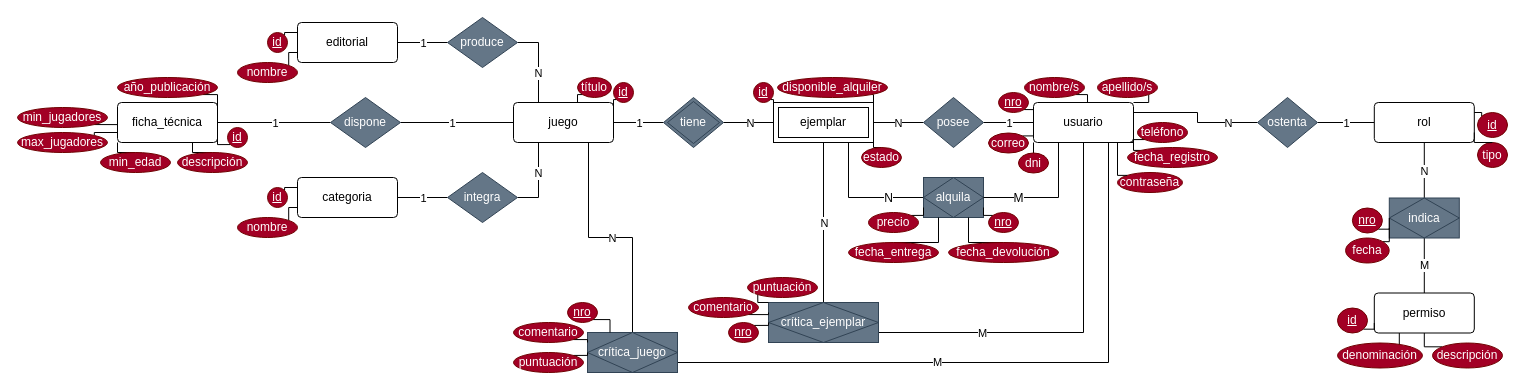
SancLucas/Vuelta-al-Tablero keeps this draw.io diagram as DER-Vuelta-al-Tablero.drawio. Above is the earlier version. Source tidied: cells renumbered, new cells numbered last; positions are measured from the earlier drawing's top-left corner, leaving out a move shared by most shapes. Both pictures are drawn from the tidied source at 100%, with x=0, y=0 at pixel (17, 17).
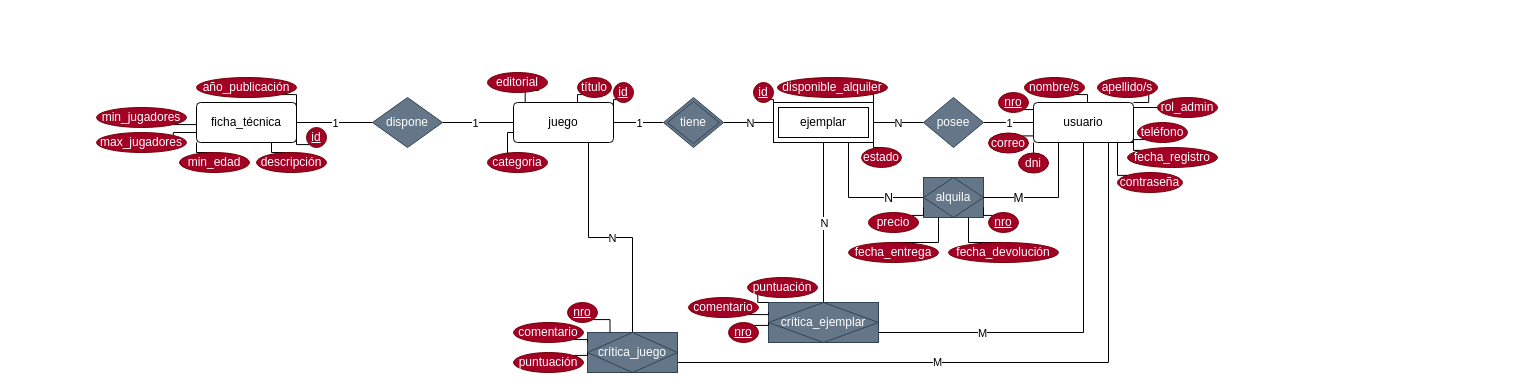
Above is the later version.

Commit message (it also covers changes not shown here):
Rol, editorial y categoria como atributos

Unchanged cells that the change refers to:
```xml
<mxCell id="6" value="juego" style="rounded=1;arcSize=10;whiteSpace=wrap;html=1;align=center;" parent="1" vertex="1">
  <mxGeometry x="496" y="85" width="100" height="40" as="geometry" />
</mxCell>
<mxCell id="9" value="usuario" style="rounded=1;arcSize=10;whiteSpace=wrap;html=1;align=center;" parent="1" vertex="1">
  <mxGeometry x="1016" y="85" width="100" height="40" as="geometry" />
</mxCell>
```

What changed in the source:
```diff
@@
-    <mxCell id="4" style="edgeStyle=orthogonalEdgeStyle;rounded=0;jettySize=auto;html=1;exitX=0.25;exitY=1;exitDx=0;exitDy=0;entryX=1;entryY=0.5;entryDx=0;entryDy=0;endArrow=none;endFill=0;" parent="1" edge="1" source="6" target="81">
-      <mxGeometry relative="1" as="geometry" />
-    </mxCell>
-    <mxCell id="5" value="N" style="edgeLabel;html=1;align=center;verticalAlign=middle;" parent="4" vertex="1">
-      <mxGeometry x="-0.35" y="1" relative="1" as="geometry">
-        <mxPoint x="-2" y="5" as="offset" />
-      </mxGeometry>
-    </mxCell>
@@
-    <mxCell id="7" style="edgeStyle=orthogonalEdgeStyle;rounded=0;jettySize=auto;html=1;exitX=1;exitY=0.25;exitDx=0;exitDy=0;entryX=0;entryY=0.5;entryDx=0;entryDy=0;endArrow=none;endFill=0;" parent="1" edge="1" source="9" target="117">
-      <mxGeometry relative="1" as="geometry">
-        <Array as="points">
-          <mxPoint x="1180" y="95" />
-          <mxPoint x="1180" y="105" />
-        </Array>
-      </mxGeometry>
-    </mxCell>
-    <mxCell id="8" value="N" style="edgeLabel;html=1;align=center;verticalAlign=middle;" parent="7" vertex="1">
-      <mxGeometry x="0.51" y="-1" relative="1" as="geometry">
-        <mxPoint x="3" y="-1" as="offset" />
-      </mxGeometry>
-    </mxCell>
@@
-    <mxCell id="10" style="edgeStyle=orthogonalEdgeStyle;rounded=0;jettySize=auto;html=1;exitX=1;exitY=0.5;exitDx=0;exitDy=0;entryX=0;entryY=0.5;entryDx=0;entryDy=0;endArrow=none;endFill=0;" parent="1" edge="1" source="12" target="41">
-      <mxGeometry relative="1" as="geometry" />
-    </mxCell>
-    <mxCell id="11" value="1" style="edgeLabel;html=1;align=center;verticalAlign=middle;" parent="10" vertex="1">
-      <mxGeometry relative="1" as="geometry" />
-    </mxCell>
-    <mxCell id="12" value="editorial" style="rounded=1;arcSize=10;whiteSpace=wrap;html=1;align=center;" parent="1" vertex="1">
-      <mxGeometry x="280" y="5" width="100" height="40" as="geometry" />
-    </mxCell>
-    <mxCell id="13" value="categoria" style="rounded=1;arcSize=10;whiteSpace=wrap;html=1;align=center;" parent="1" vertex="1">
-      <mxGeometry x="280" y="160" width="100" height="40" as="geometry" />
-    </mxCell>
@@
-    <mxCell id="20" style="edgeStyle=orthogonalEdgeStyle;rounded=0;jettySize=auto;html=1;exitX=0;exitY=0.5;exitDx=0;exitDy=0;entryX=1;entryY=0.5;entryDx=0;entryDy=0;endArrow=none;endFill=0;" parent="1" edge="1" source="81" target="13">
-      <mxGeometry relative="1" as="geometry" />
-    </mxCell>
-    <mxCell id="21" value="1" style="edgeLabel;html=1;align=center;verticalAlign=middle;" parent="20" vertex="1">
-      <mxGeometry x="-0.12" relative="1" as="geometry">
-        <mxPoint x="-3" as="offset" />
-      </mxGeometry>
-    </mxCell>
@@
-    <mxCell id="25" style="edgeStyle=orthogonalEdgeStyle;rounded=0;jettySize=auto;html=1;exitX=1;exitY=0.5;exitDx=0;exitDy=0;endArrow=none;endFill=0;entryX=0.25;entryY=0;entryDx=0;entryDy=0;" parent="1" edge="1" source="41" target="6">
-      <mxGeometry relative="1" as="geometry" />
-    </mxCell>
-    <mxCell id="26" value="N" style="edgeLabel;html=1;align=center;verticalAlign=middle;" parent="25" vertex="1">
-      <mxGeometry x="-0.49" relative="1" as="geometry">
-        <mxPoint x="-1" y="30" as="offset" />
-      </mxGeometry>
-    </mxCell>
@@
     <mxCell id="32" value="ficha_técnica" style="rounded=1;arcSize=10;whiteSpace=wrap;html=1;align=center;" parent="1" vertex="1">
-      <mxGeometry x="100" y="85" width="100" height="40" as="geometry" />
+      <mxGeometry x="179" y="85" width="100" height="40" as="geometry" />
     </mxCell>
@@
-    <mxCell id="41" value="&lt;span style=&quot;&quot;&gt;produce&lt;/span&gt;" style="shape=rhombus;perimeter=rhombusPerimeter;whiteSpace=wrap;html=1;align=center;fillColor=#647687;fontColor=light-dark(#FFFFFF,#000000);strokeColor=light-dark(#314354,#000000);" parent="1" vertex="1">
-      <mxGeometry x="430" width="70" height="50" as="geometry" />
-    </mxCell>
     <mxCell id="42" value="&lt;span style=&quot;&quot;&gt;dispone&lt;/span&gt;" style="shape=rhombus;perimeter=rhombusPerimeter;whiteSpace=wrap;html=1;align=center;fillColor=#647687;fontColor=light-dark(#FFFFFF,#000000);strokeColor=light-dark(#314354,#000000);" parent="1" vertex="1">
-      <mxGeometry x="313" y="80" width="70" height="50" as="geometry" />
+      <mxGeometry x="355" y="80" width="70" height="50" as="geometry" />
     </mxCell>
@@
-    <mxCell id="49" style="edgeStyle=orthogonalEdgeStyle;rounded=0;jettySize=auto;html=1;exitX=1;exitY=0;exitDx=0;exitDy=0;entryX=0;entryY=0.25;entryDx=0;entryDy=0;endArrow=none;endFill=0;" parent="1" edge="1" source="50" target="12">
-      <mxGeometry relative="1" as="geometry">
-        <Array as="points">
-          <mxPoint x="267.1" y="15" />
-        </Array>
-      </mxGeometry>
-    </mxCell>
-    <mxCell id="50" value="id" style="ellipse;whiteSpace=wrap;html=1;align=center;fontStyle=4;fillColor=#a20025;fontColor=#ffffff;strokeColor=#6F0000;" parent="1" vertex="1">
-      <mxGeometry x="250" y="15" width="20" height="20" as="geometry" />
-    </mxCell>
-    <mxCell id="51" style="edgeStyle=orthogonalEdgeStyle;rounded=0;jettySize=auto;html=1;exitX=1;exitY=0;exitDx=0;exitDy=0;entryX=0;entryY=0.75;entryDx=0;entryDy=0;endArrow=none;endFill=0;" parent="1" edge="1" source="52" target="12">
+    <mxCell id="51" style="edgeStyle=orthogonalEdgeStyle;rounded=0;jettySize=auto;html=1;exitX=1;exitY=0;exitDx=0;exitDy=0;entryX=0.117;entryY=0.01;entryDx=0;entryDy=0;endArrow=none;endFill=0;entryPerimeter=0;" parent="1" edge="1" source="52" target="6">
       <mxGeometry relative="1" as="geometry">
         <Array as="points">
-          <mxPoint x="271.3" y="35" />
+          <mxPoint x="507.7" y="72.9" />
         </Array>
       </mxGeometry>
     </mxCell>
-    <mxCell id="52" value="nombre" style="ellipse;whiteSpace=wrap;html=1;align=center;fillColor=#a20025;fontColor=#ffffff;strokeColor=#6F0000;" parent="1" vertex="1">
-      <mxGeometry x="220" y="45" width="60" height="20" as="geometry" />
+    <mxCell id="52" value="editorial" style="ellipse;whiteSpace=wrap;html=1;align=center;fillColor=#a20025;fontColor=#ffffff;strokeColor=#6F0000;" parent="1" vertex="1">
+      <mxGeometry x="470" y="55" width="60" height="20" as="geometry" />
     </mxCell>
-    <mxCell id="53" style="edgeStyle=orthogonalEdgeStyle;rounded=0;jettySize=auto;html=1;exitX=1;exitY=0;exitDx=0;exitDy=0;entryX=0;entryY=0.25;entryDx=0;entryDy=0;endArrow=none;endFill=0;" parent="1" edge="1" source="54" target="13">
-      <mxGeometry relative="1" as="geometry">
-        <Array as="points">
-          <mxPoint x="267.1" y="170" />
-        </Array>
-      </mxGeometry>
-    </mxCell>
-    <mxCell id="54" value="id" style="ellipse;whiteSpace=wrap;html=1;align=center;fontStyle=4;fillColor=#a20025;fontColor=#ffffff;strokeColor=#6F0000;" parent="1" vertex="1">
-      <mxGeometry x="250" y="170" width="20" height="20" as="geometry" />
-    </mxCell>
-    <mxCell id="55" style="edgeStyle=orthogonalEdgeStyle;rounded=0;jettySize=auto;html=1;exitX=1;exitY=0;exitDx=0;exitDy=0;entryX=0;entryY=0.75;entryDx=0;entryDy=0;endArrow=none;endFill=0;" parent="1" edge="1" source="56" target="13">
-      <mxGeometry relative="1" as="geometry">
+    <mxCell id="55" style="edgeStyle=orthogonalEdgeStyle;rounded=0;jettySize=auto;html=1;exitX=0.5;exitY=0;exitDx=0;exitDy=0;entryX=0;entryY=0.75;entryDx=0;entryDy=0;endArrow=none;endFill=0;" parent="1" edge="1" source="56" target="6">
+      <mxGeometry x="-0.47" relative="1" as="geometry">
         <Array as="points">
-          <mxPoint x="271.3" y="190" />
+          <mxPoint x="490" y="150" />
+          <mxPoint x="490" y="115" />
         </Array>
       </mxGeometry>
     </mxCell>
-    <mxCell id="56" value="nombre" style="ellipse;whiteSpace=wrap;html=1;align=center;fillColor=#a20025;fontColor=#ffffff;strokeColor=#6F0000;" parent="1" vertex="1">
-      <mxGeometry x="220" y="200" width="60" height="20" as="geometry" />
+    <mxCell id="56" value="categoria" style="ellipse;whiteSpace=wrap;html=1;align=center;fillColor=#a20025;fontColor=#ffffff;strokeColor=#6F0000;" parent="1" vertex="1">
+      <mxGeometry x="470" y="135" width="60" height="20" as="geometry" />
     </mxCell>
@@
-    <mxCell id="81" value="&lt;span style=&quot;&quot;&gt;integra&lt;/span&gt;" style="shape=rhombus;perimeter=rhombusPerimeter;whiteSpace=wrap;html=1;align=center;fillColor=#647687;fontColor=light-dark(#FFFFFF,#000000);strokeColor=light-dark(#314354,#000000);" parent="1" vertex="1">
-      <mxGeometry x="430" y="155" width="70" height="50" as="geometry" />
-    </mxCell>
@@
     <mxCell id="104" value="año_publicación" style="ellipse;whiteSpace=wrap;html=1;align=center;fillColor=#a20025;fontColor=#ffffff;strokeColor=#6F0000;" parent="1" vertex="1">
-      <mxGeometry x="100" y="60" width="100" height="20" as="geometry" />
+      <mxGeometry x="179" y="60" width="100" height="20" as="geometry" />
     </mxCell>
@@
     <mxCell id="106" value="descripción" style="ellipse;whiteSpace=wrap;html=1;align=center;fillColor=#a20025;fontColor=#ffffff;strokeColor=#6F0000;" parent="1" vertex="1">
-      <mxGeometry x="160" y="135" width="70" height="20" as="geometry" />
+      <mxGeometry x="239" y="135" width="70" height="20" as="geometry" />
     </mxCell>
@@
     <mxCell id="108" value="min_edad" style="ellipse;whiteSpace=wrap;html=1;align=center;fillColor=#a20025;fontColor=#ffffff;strokeColor=#6F0000;" parent="1" vertex="1">
-      <mxGeometry x="83" y="135" width="70" height="20" as="geometry" />
+      <mxGeometry x="162" y="135" width="70" height="20" as="geometry" />
     </mxCell>
     <mxCell id="109" style="edgeStyle=orthogonalEdgeStyle;rounded=0;jettySize=auto;html=1;exitX=1;exitY=0;exitDx=0;exitDy=0;entryX=0;entryY=0.75;entryDx=0;entryDy=0;endArrow=none;endFill=0;" parent="1" edge="1" source="110" target="32">
       <mxGeometry relative="1" as="geometry">
         <Array as="points">
-          <mxPoint x="76.8" y="115" />
+          <mxPoint x="155.8" y="115" />
         </Array>
       </mxGeometry>
     </mxCell>
     <mxCell id="110" value="max_jugadores" style="ellipse;whiteSpace=wrap;html=1;align=center;fillColor=#a20025;fontColor=#ffffff;strokeColor=#6F0000;" parent="1" vertex="1">
-      <mxGeometry y="115" width="90" height="20" as="geometry" />
+      <mxGeometry x="79" y="115" width="90" height="20" as="geometry" />
     </mxCell>
@@
     <mxCell id="112" value="min_jugadores" style="ellipse;whiteSpace=wrap;html=1;align=center;fillColor=#a20025;fontColor=#ffffff;strokeColor=#6F0000;" parent="1" vertex="1">
-      <mxGeometry y="90" width="90" height="20" as="geometry" />
+      <mxGeometry x="79" y="90" width="90" height="20" as="geometry" />
     </mxCell>
@@
     <mxCell id="114" value="id" style="ellipse;whiteSpace=wrap;html=1;align=center;fontStyle=4;fillColor=#a20025;fontColor=#ffffff;strokeColor=#6F0000;" parent="1" vertex="1">
-      <mxGeometry x="210" y="110" width="20" height="20" as="geometry" />
+      <mxGeometry x="289" y="110" width="20" height="20" as="geometry" />
     </mxCell>
-    <mxCell id="115" style="edgeStyle=orthogonalEdgeStyle;rounded=0;jettySize=auto;html=1;exitX=1;exitY=0.5;exitDx=0;exitDy=0;entryX=0;entryY=0.5;entryDx=0;entryDy=0;endArrow=none;endFill=0;" parent="1" edge="1" source="117" target="120">
-      <mxGeometry relative="1" as="geometry" />
-    </mxCell>
-    <mxCell id="116" value="1" style="edgeLabel;html=1;align=center;verticalAlign=middle;" parent="115" vertex="1">
-      <mxGeometry x="-0.02" y="-1" relative="1" as="geometry">
-        <mxPoint y="-1" as="offset" />
-      </mxGeometry>
-    </mxCell>
-    <mxCell id="117" value="ostenta" style="shape=rhombus;perimeter=rhombusPerimeter;whiteSpace=wrap;html=1;align=center;strokeColor=light-dark(#314354,#000000);fillColor=#647687;fontColor=#ffffff;" parent="1" vertex="1">
-      <mxGeometry x="1240" y="80" width="60" height="50" as="geometry" />
-    </mxCell>
-    <mxCell id="118" style="edgeStyle=orthogonalEdgeStyle;rounded=0;jettySize=auto;html=1;exitX=0.5;exitY=1;exitDx=0;exitDy=0;entryX=0.5;entryY=0;entryDx=0;entryDy=0;endArrow=none;endFill=0;" parent="1" edge="1" source="120" target="126">
-      <mxGeometry relative="1" as="geometry" />
-    </mxCell>
-    <mxCell id="119" value="N" style="edgeLabel;html=1;align=center;verticalAlign=middle;" parent="118" vertex="1">
-      <mxGeometry x="0.08" y="-1" relative="1" as="geometry">
-        <mxPoint x="1" y="-2" as="offset" />
-      </mxGeometry>
-    </mxCell>
-    <mxCell id="120" value="rol" style="rounded=1;arcSize=10;whiteSpace=wrap;html=1;align=center;" parent="1" vertex="1">
-      <mxGeometry x="1356.8" y="85" width="100" height="40" as="geometry" />
-    </mxCell>
-    <mxCell id="121" style="edgeStyle=orthogonalEdgeStyle;rounded=0;jettySize=auto;html=1;exitX=0;exitY=0;exitDx=0;exitDy=0;entryX=1;entryY=0.25;entryDx=0;entryDy=0;endArrow=none;endFill=0;" parent="1" edge="1" source="122" target="120">
-      <mxGeometry relative="1" as="geometry">
-        <Array as="points">
-          <mxPoint x="1464.3" y="95" />
-        </Array>
-      </mxGeometry>
-    </mxCell>
-    <mxCell id="122" value="id" style="ellipse;whiteSpace=wrap;html=1;align=center;fontStyle=4;fillColor=#a20025;fontColor=#ffffff;strokeColor=#6F0000;" parent="1" vertex="1">
-      <mxGeometry x="1460" y="95" width="30" height="25" as="geometry" />
-    </mxCell>
-    <mxCell id="123" value="tipo" style="ellipse;whiteSpace=wrap;html=1;align=center;fillColor=#a20025;fontColor=#ffffff;strokeColor=#6F0000;" parent="1" vertex="1">
-      <mxGeometry x="1460" y="125" width="30" height="25" as="geometry" />
-    </mxCell>
-    <mxCell id="124" style="edgeStyle=orthogonalEdgeStyle;rounded=0;jettySize=auto;html=1;exitX=0.5;exitY=1;exitDx=0;exitDy=0;entryX=0.5;entryY=0;entryDx=0;entryDy=0;endArrow=none;endFill=0;" parent="1" edge="1" source="126" target="127">
-      <mxGeometry relative="1" as="geometry" />
-    </mxCell>
-    <mxCell id="125" value="M" style="edgeLabel;html=1;align=center;verticalAlign=middle;" parent="124" vertex="1">
-      <mxGeometry x="0.13" y="2" relative="1" as="geometry">
-        <mxPoint x="-2" y="-4" as="offset" />
-      </mxGeometry>
-    </mxCell>
-    <mxCell id="126" value="&lt;span style=&quot;&quot;&gt;indica&lt;/span&gt;" style="shape=associativeEntity;whiteSpace=wrap;html=1;align=center;fillColor=#647687;fontColor=#ffffff;strokeColor=light-dark(#314354,#000000);" parent="1" vertex="1">
-      <mxGeometry x="1371.8" y="180.5" width="70" height="40" as="geometry" />
-    </mxCell>
-    <mxCell id="127" value="permiso" style="rounded=1;arcSize=10;whiteSpace=wrap;html=1;align=center;" parent="1" vertex="1">
-      <mxGeometry x="1356.8" y="275.5" width="100" height="40" as="geometry" />
-    </mxCell>
-    <mxCell id="128" style="edgeStyle=orthogonalEdgeStyle;rounded=0;jettySize=auto;html=1;exitX=1;exitY=0;exitDx=0;exitDy=0;entryX=0;entryY=0.75;entryDx=0;entryDy=0;endArrow=none;endFill=0;" parent="1" edge="1" source="129" target="126">
-      <mxGeometry relative="1" as="geometry" />
-    </mxCell>
-    <mxCell id="129" value="fecha" style="ellipse;whiteSpace=wrap;html=1;align=center;fillColor=#a20025;fontColor=#ffffff;strokeColor=#6F0000;" parent="1" vertex="1">
-      <mxGeometry x="1328.1" y="220.5" width="43.6" height="25" as="geometry" />
-    </mxCell>
-    <mxCell id="130" style="edgeStyle=orthogonalEdgeStyle;rounded=0;jettySize=auto;html=1;exitX=1;exitY=1;exitDx=0;exitDy=0;entryX=0;entryY=0.5;entryDx=0;entryDy=0;endArrow=none;endFill=0;" parent="1" edge="1" source="131" target="126">
-      <mxGeometry relative="1" as="geometry" />
-    </mxCell>
-    <mxCell id="131" value="nro" style="ellipse;whiteSpace=wrap;html=1;align=center;fontStyle=4;fillColor=#a20025;fontColor=#ffffff;strokeColor=#6F0000;" parent="1" vertex="1">
-      <mxGeometry x="1334.9" y="190.5" width="30" height="25" as="geometry" />
-    </mxCell>
-    <mxCell id="132" style="edgeStyle=orthogonalEdgeStyle;rounded=0;jettySize=auto;html=1;exitX=1;exitY=1;exitDx=0;exitDy=0;entryX=0;entryY=0.75;entryDx=0;entryDy=0;endArrow=none;endFill=0;" parent="1" edge="1" source="133" target="127">
-      <mxGeometry relative="1" as="geometry" />
-    </mxCell>
-    <mxCell id="133" value="id" style="ellipse;whiteSpace=wrap;html=1;align=center;fontStyle=4;fillColor=#a20025;fontColor=#ffffff;strokeColor=#6F0000;" parent="1" vertex="1">
-      <mxGeometry x="1320" y="290.5" width="30" height="25" as="geometry" />
-    </mxCell>
-    <mxCell id="134" style="edgeStyle=orthogonalEdgeStyle;rounded=0;jettySize=auto;html=1;exitX=0;exitY=0;exitDx=0;exitDy=0;entryX=0.5;entryY=1;entryDx=0;entryDy=0;endArrow=none;endFill=0;" parent="1" edge="1" source="135" target="127">
-      <mxGeometry relative="1" as="geometry" />
-    </mxCell>
-    <mxCell id="135" value="descripción" style="ellipse;whiteSpace=wrap;html=1;align=center;fillColor=#a20025;fontColor=#ffffff;strokeColor=#6F0000;" parent="1" vertex="1">
-      <mxGeometry x="1415" y="325.5" width="70" height="25" as="geometry" />
-    </mxCell>
-    <mxCell id="136" style="edgeStyle=orthogonalEdgeStyle;rounded=0;jettySize=auto;html=1;exitX=1;exitY=0;exitDx=0;exitDy=0;entryX=0.25;entryY=1;entryDx=0;entryDy=0;endArrow=none;endFill=0;" parent="1" edge="1" source="137" target="127">
-      <mxGeometry relative="1" as="geometry" />
-    </mxCell>
-    <mxCell id="137" value="denominación" style="ellipse;whiteSpace=wrap;html=1;align=center;fillColor=#a20025;fontColor=#ffffff;strokeColor=#6F0000;" parent="1" vertex="1">
-      <mxGeometry x="1320" y="325.5" width="85" height="25" as="geometry" />
-    </mxCell>
@@
-    <mxCell id="139" style="edgeStyle=orthogonalEdgeStyle;rounded=0;jettySize=auto;html=1;exitX=0.5;exitY=0;exitDx=0;exitDy=0;entryX=1;entryY=0.75;entryDx=0;entryDy=0;endArrow=none;endFill=0;" parent="1" edge="1" source="123" target="120">
-      <mxGeometry relative="1" as="geometry" />
-    </mxCell>
+    <mxCell id="140" style="edgeStyle=orthogonalEdgeStyle;rounded=0;jettySize=auto;html=1;exitX=0;exitY=0.5;exitDx=0;exitDy=0;entryX=1;entryY=0.5;entryDx=0;entryDy=0;endArrow=none;endFill=0;" parent="1" edge="1" source="141" target="9">
+      <mxGeometry relative="1" as="geometry" />
+    </mxCell>
+    <mxCell id="141" value="rol_admin" style="ellipse;whiteSpace=wrap;html=1;align=center;fillColor=#a20025;fontColor=#ffffff;strokeColor=#6F0000;" parent="1" vertex="1">
+      <mxGeometry x="1140" y="80" width="60" height="20" as="geometry" />
+    </mxCell>
```
